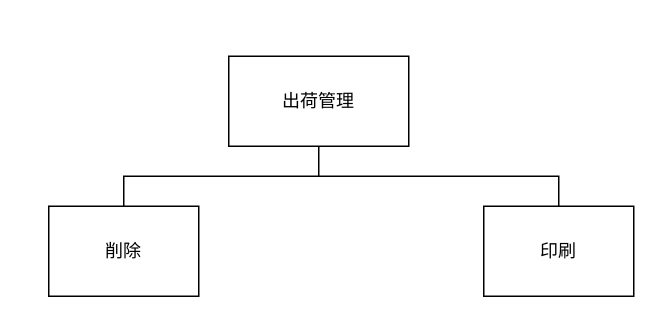
This is サブシステム構造図/出荷管理.drawio from Yamanin3/system-devel, a draw.io file, before an edit. Source tidied: cells renumbered, new cells numbered last; positions are measured from the earlier drawing's top-left corner, leaving out a move shared by most shapes. Both pictures are drawn from the tidied source at 150%, with x=0, y=0 at pixel (48, 56).
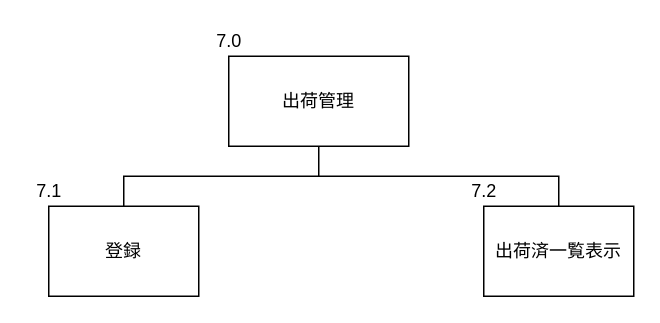
After the change.

The edit, as a diff of the source:
```diff
@@
 <mxGraphModel>
   <root>
     <mxCell id="0" />
     <mxCell id="1" parent="0" />
     <mxCell id="2" value="出荷管理" style="whiteSpace=wrap;html=1;align=center;" parent="1" vertex="1">
       <mxGeometry x="120" width="120" height="60" as="geometry" />
     </mxCell>
-    <mxCell id="3" value="印刷" style="whiteSpace=wrap;html=1;align=center;verticalAlign=middle;" parent="1" vertex="1">
+    <mxCell id="3" value="出荷済一覧表示" style="whiteSpace=wrap;html=1;align=center;verticalAlign=middle;" parent="1" vertex="1">
       <mxGeometry x="290" y="100" width="100" height="60" as="geometry" />
     </mxCell>
     <mxCell id="4" style="edgeStyle=elbowEdgeStyle;elbow=vertical;startArrow=none;endArrow=none;rounded=0;exitX=0.5;exitY=1;exitDx=0;exitDy=0;" parent="1" edge="1" source="2" target="3">
       <mxGeometry relative="1" as="geometry" />
     </mxCell>
-    <mxCell id="5" value="削除" style="whiteSpace=wrap;html=1;align=center;verticalAlign=middle;" parent="1" vertex="1">
+    <mxCell id="5" value="登録" style="whiteSpace=wrap;html=1;align=center;verticalAlign=middle;" parent="1" vertex="1">
       <mxGeometry y="100" width="100" height="60" as="geometry" />
     </mxCell>
+    <mxCell id="7" value="7.1" style="text;html=1;align=center;verticalAlign=middle;fillColor=none;strokeColor=none;rounded=0;" parent="5" vertex="1">
+      <mxGeometry x="-15" y="-20" width="30" height="20" as="geometry" />
+    </mxCell>
     <mxCell id="6" style="edgeStyle=elbowEdgeStyle;elbow=vertical;startArrow=none;endArrow=none;rounded=0;" parent="1" edge="1" target="5">
       <mxGeometry relative="1" as="geometry">
         <mxPoint x="180" y="80" as="sourcePoint" />
         <Array as="points">
           <mxPoint x="120" y="80" />
         </Array>
       </mxGeometry>
     </mxCell>
+    <mxCell id="8" value="7.0" style="text;html=1;align=center;verticalAlign=middle;fillColor=none;strokeColor=none;rounded=0;" parent="1" vertex="1">
+      <mxGeometry x="105" y="-20" width="30" height="20" as="geometry" />
+    </mxCell>
+    <mxCell id="9" value="7.2" style="text;html=1;align=center;verticalAlign=middle;fillColor=none;strokeColor=none;rounded=0;" parent="1" vertex="1">
+      <mxGeometry x="275" y="80" width="30" height="20" as="geometry" />
+    </mxCell>
   </root>
 </mxGraphModel>
```
